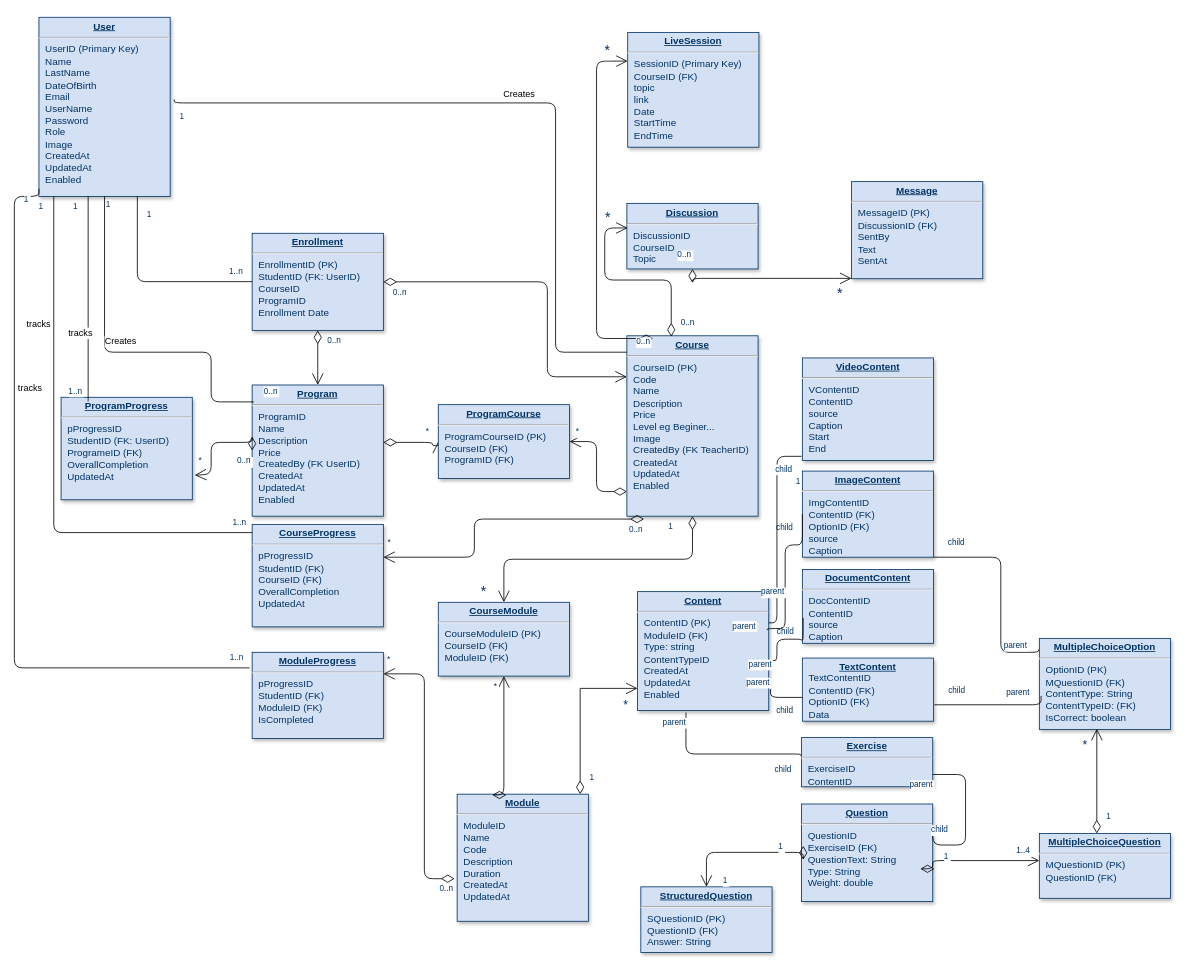
This is Diagrams/Database.drawio from kingshowa/PFE_E-learning, a draw.io file, before an edit. Source tidied: cells renumbered, new cells numbered last; positions are measured from the earlier drawing's top-left corner, leaving out a move shared by most shapes. Both pictures are drawn from the tidied source at 82%, with x=0, y=0 at pixel (14, 17).
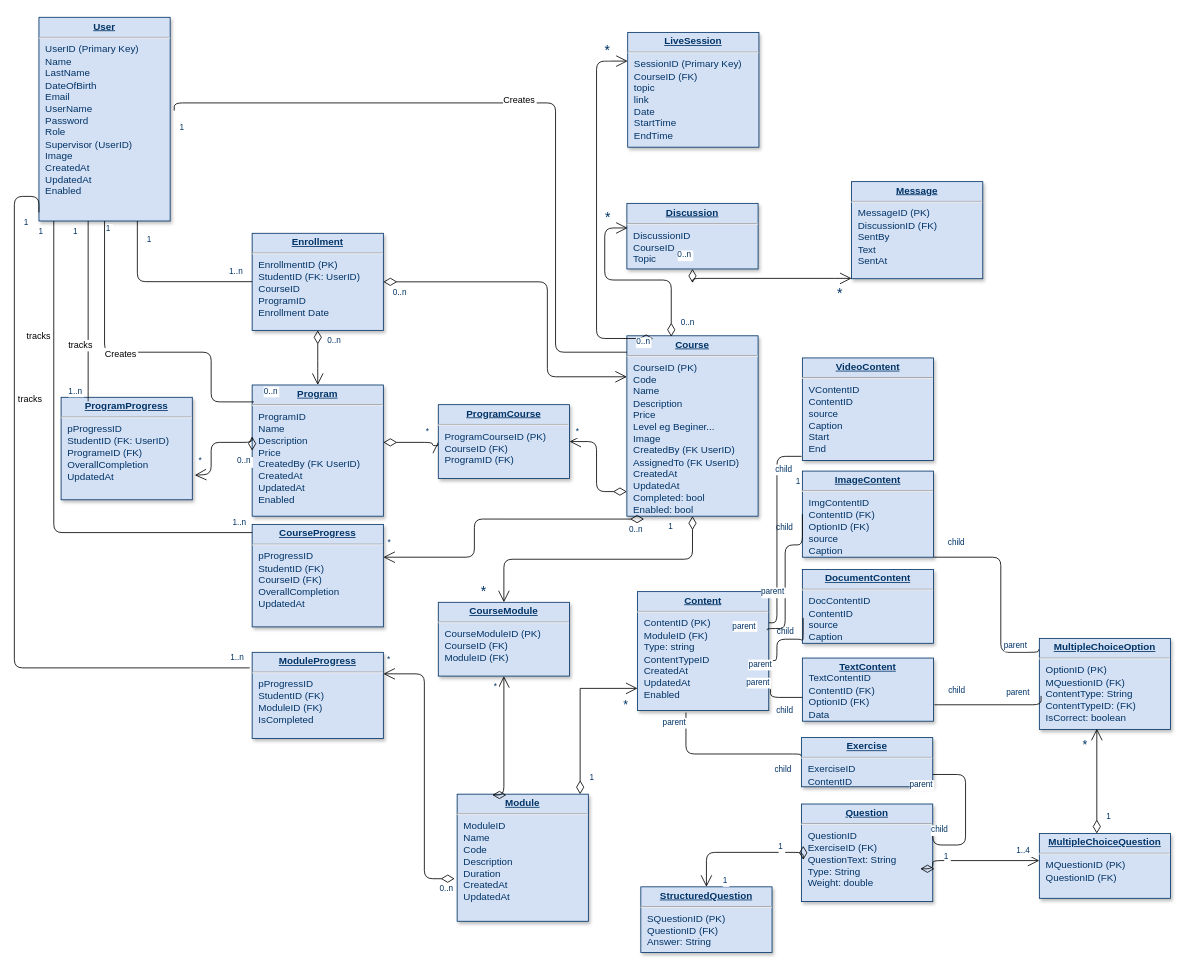
The same diagram, later.

Diff of the diagram source:
```diff
@@
-    <mxCell id="5" value="&lt;p style=&quot;margin: 0px; margin-top: 4px; text-align: center; text-decoration: underline;&quot;&gt;&lt;b&gt;Course&lt;/b&gt;&lt;/p&gt;&lt;hr&gt;&lt;p style=&quot;margin: 0px; margin-left: 8px;&quot;&gt;CourseID (PK)&lt;/p&gt;&lt;p style=&quot;margin: 0px; margin-left: 8px;&quot;&gt;Code&lt;/p&gt;&lt;p style=&quot;margin: 0px; margin-left: 8px;&quot;&gt;Name&lt;/p&gt;&lt;p style=&quot;margin: 0px; margin-left: 8px;&quot;&gt;Description&lt;/p&gt;&lt;p style=&quot;margin: 0px; margin-left: 8px;&quot;&gt;Price&lt;/p&gt;&lt;p style=&quot;margin: 0px; margin-left: 8px;&quot;&gt;Level eg Beginer...&lt;/p&gt;&lt;p style=&quot;margin: 0px; margin-left: 8px;&quot;&gt;Image&lt;/p&gt;&lt;p style=&quot;margin: 0px; margin-left: 8px;&quot;&gt;CreatedBy (FK TeacherID)&amp;nbsp;&lt;/p&gt;&lt;p style=&quot;margin: 0px; margin-left: 8px;&quot;&gt;CreatedAt&lt;/p&gt;&lt;p style=&quot;margin: 0px; margin-left: 8px;&quot;&gt;UpdatedAt&lt;/p&gt;&lt;p style=&quot;margin: 0px; margin-left: 8px;&quot;&gt;Enabled&lt;/p&gt;" style="verticalAlign=top;align=left;overflow=fill;fontSize=12;fontFamily=Helvetica;html=1;strokeColor=#003366;shadow=1;fillColor=#D4E1F5;fontColor=#003366;" parent="1" vertex="1">
+    <mxCell id="5" value="&lt;p style=&quot;margin: 0px; margin-top: 4px; text-align: center; text-decoration: underline;&quot;&gt;&lt;b&gt;Course&lt;/b&gt;&lt;/p&gt;&lt;hr&gt;&lt;p style=&quot;margin: 0px; margin-left: 8px;&quot;&gt;CourseID (PK)&lt;/p&gt;&lt;p style=&quot;margin: 0px; margin-left: 8px;&quot;&gt;Code&lt;/p&gt;&lt;p style=&quot;margin: 0px; margin-left: 8px;&quot;&gt;Name&lt;/p&gt;&lt;p style=&quot;margin: 0px; margin-left: 8px;&quot;&gt;Description&lt;/p&gt;&lt;p style=&quot;margin: 0px; margin-left: 8px;&quot;&gt;Price&lt;/p&gt;&lt;p style=&quot;margin: 0px; margin-left: 8px;&quot;&gt;Level eg Beginer...&lt;/p&gt;&lt;p style=&quot;margin: 0px; margin-left: 8px;&quot;&gt;Image&lt;/p&gt;&lt;p style=&quot;margin: 0px; margin-left: 8px;&quot;&gt;CreatedBy (FK UserID)&amp;nbsp;&lt;/p&gt;&lt;p style=&quot;margin: 0px; margin-left: 8px;&quot;&gt;AssignedTo (FK UserID)&lt;/p&gt;&lt;p style=&quot;margin: 0px; margin-left: 8px;&quot;&gt;CreatedAt&lt;/p&gt;&lt;p style=&quot;margin: 0px; margin-left: 8px;&quot;&gt;UpdatedAt&lt;/p&gt;&lt;p style=&quot;margin: 0px; margin-left: 8px;&quot;&gt;Completed: bool&lt;/p&gt;&lt;p style=&quot;margin: 0px; margin-left: 8px;&quot;&gt;Enabled: bool&lt;/p&gt;" style="verticalAlign=top;align=left;overflow=fill;fontSize=12;fontFamily=Helvetica;html=1;strokeColor=#003366;shadow=1;fillColor=#D4E1F5;fontColor=#003366;" parent="1" vertex="1">
       <mxGeometry x="747" y="388" width="160" height="220" as="geometry" />
     </mxCell>
-    <mxCell id="6" value="&lt;p style=&quot;margin: 0px; margin-top: 4px; text-align: center; text-decoration: underline;&quot;&gt;&lt;strong&gt;User&lt;/strong&gt;&lt;/p&gt;&lt;hr&gt;&lt;p style=&quot;margin: 0px; margin-left: 8px;&quot;&gt;UserID (Primary Key)&lt;/p&gt;&lt;p style=&quot;margin: 0px 0px 0px 8px;&quot;&gt;Name&lt;/p&gt;&lt;p style=&quot;margin: 0px 0px 0px 8px;&quot;&gt;LastName&lt;/p&gt;&lt;p style=&quot;margin: 0px 0px 0px 8px;&quot;&gt;DateOfBirth&lt;/p&gt;&lt;p style=&quot;margin: 0px 0px 0px 8px;&quot;&gt;Email&lt;/p&gt;&lt;p style=&quot;margin: 0px 0px 0px 8px;&quot;&gt;UserName&lt;/p&gt;&lt;p style=&quot;margin: 0px 0px 0px 8px;&quot;&gt;Password&lt;/p&gt;&lt;p style=&quot;margin: 0px 0px 0px 8px;&quot;&gt;Role&lt;/p&gt;&lt;p style=&quot;margin: 0px 0px 0px 8px;&quot;&gt;Image&lt;/p&gt;&lt;p style=&quot;margin: 0px 0px 0px 8px;&quot;&gt;CreatedAt&lt;/p&gt;&lt;p style=&quot;margin: 0px 0px 0px 8px;&quot;&gt;UpdatedAt&lt;/p&gt;&lt;p style=&quot;margin: 0px 0px 0px 8px;&quot;&gt;Enabled&lt;/p&gt;" style="verticalAlign=top;align=left;overflow=fill;fontSize=12;fontFamily=Helvetica;html=1;strokeColor=#003366;shadow=1;fillColor=#D4E1F5;fontColor=#003366;" parent="1" vertex="1">
-      <mxGeometry x="30" y="-0.4" width="160" height="218.4" as="geometry" />
+    <mxCell id="6" value="&lt;p style=&quot;margin: 0px; margin-top: 4px; text-align: center; text-decoration: underline;&quot;&gt;&lt;strong&gt;User&lt;/strong&gt;&lt;/p&gt;&lt;hr&gt;&lt;p style=&quot;margin: 0px; margin-left: 8px;&quot;&gt;UserID (Primary Key)&lt;/p&gt;&lt;p style=&quot;margin: 0px 0px 0px 8px;&quot;&gt;Name&lt;/p&gt;&lt;p style=&quot;margin: 0px 0px 0px 8px;&quot;&gt;LastName&lt;/p&gt;&lt;p style=&quot;margin: 0px 0px 0px 8px;&quot;&gt;DateOfBirth&lt;/p&gt;&lt;p style=&quot;margin: 0px 0px 0px 8px;&quot;&gt;Email&lt;/p&gt;&lt;p style=&quot;margin: 0px 0px 0px 8px;&quot;&gt;UserName&lt;/p&gt;&lt;p style=&quot;margin: 0px 0px 0px 8px;&quot;&gt;Password&lt;/p&gt;&lt;p style=&quot;margin: 0px 0px 0px 8px;&quot;&gt;Role&lt;/p&gt;&lt;p style=&quot;margin: 0px 0px 0px 8px;&quot;&gt;Supervisor (UserID)&lt;/p&gt;&lt;p style=&quot;margin: 0px 0px 0px 8px;&quot;&gt;Image&lt;/p&gt;&lt;p style=&quot;margin: 0px 0px 0px 8px;&quot;&gt;CreatedAt&lt;/p&gt;&lt;p style=&quot;margin: 0px 0px 0px 8px;&quot;&gt;UpdatedAt&lt;/p&gt;&lt;p style=&quot;margin: 0px 0px 0px 8px;&quot;&gt;Enabled&lt;/p&gt;" style="verticalAlign=top;align=left;overflow=fill;fontSize=12;fontFamily=Helvetica;html=1;strokeColor=#003366;shadow=1;fillColor=#D4E1F5;fontColor=#003366;" parent="1" vertex="1">
+      <mxGeometry x="30" y="-0.4" width="160" height="248.4" as="geometry" />
     </mxCell>
```
